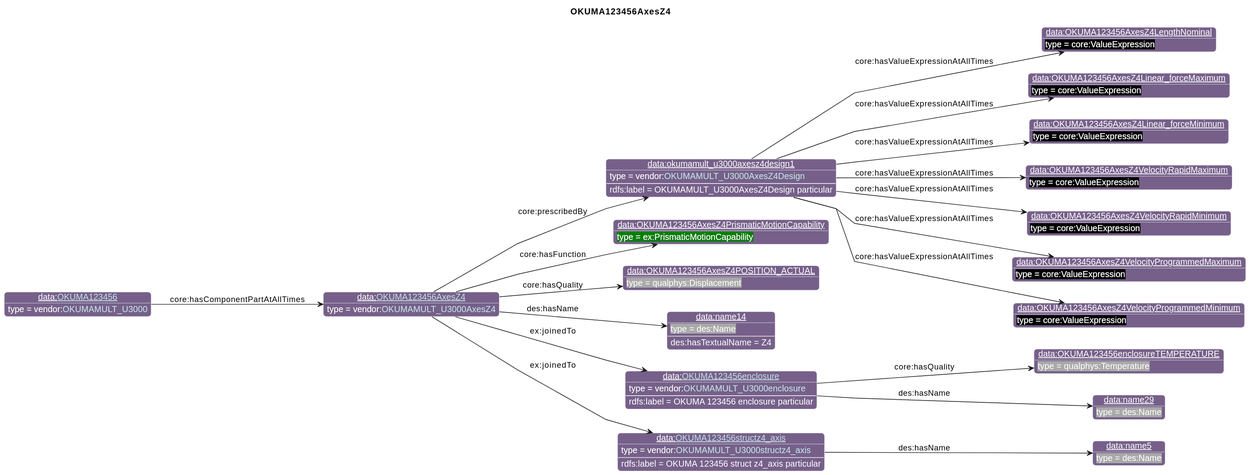
Above: diagrams/OKUMA123456AxesZ4.svg in iofoundry/example-syseng-mtconnect (PlantUML), before the change. Its diagram source:
```plantuml
@startuml
!include ../iof.iuml

<style>
object {
  HyperlinkColor #C4E1E6
}
</style>

left to right direction
skinparam linetype polyline
title OKUMA123456AxesZ4

!$default_direction = down

!$namespace_colors = { "bfo":"DFA702",
                      "iof":"1E90FF",
                      "ns":"Green",
                      "ns1":"76608A",
                      "core":"000000",
                      "ex":"Green",
                      "data":"76608A",
                      "vendor":"76608A",
                      "units":"8A2D3B",
                      "cmns-dsg":"3A0519",
                      "qp":"641B2E"
      }
individual(o0, data:[[./OKUMA123456AxesZ4.html OKUMA123456AxesZ4]], vendor:[[../OKUMA.html#OKUMAMULT_U3000AxesZ4 OKUMAMULT_U3000AxesZ4]])
individual(o1, data:okumamult_u3000axesz4design1, vendor:[[../OKUMA.html#OKUMAMULT_U3000AxesZ4Design OKUMAMULT_U3000AxesZ4Design]])
individual(o2, data:OKUMA123456AxesZ4LengthNominal, core:ValueExpression)
individual(o3, data:OKUMA123456AxesZ4Linear_forceMaximum, core:ValueExpression)
individual(o4, data:OKUMA123456AxesZ4Linear_forceMinimum, core:ValueExpression)
individual(o5, data:OKUMA123456AxesZ4VelocityRapidMaximum, core:ValueExpression)
individual(o6, data:OKUMA123456AxesZ4VelocityRapidMinimum, core:ValueExpression)
individual(o7, data:OKUMA123456AxesZ4VelocityProgrammedMaximum, core:ValueExpression)
individual(o8, data:OKUMA123456AxesZ4VelocityProgrammedMinimum, core:ValueExpression)
individual(o9, data:OKUMA123456AxesZ4PrismaticMotionCapability, ex:PrismaticMotionCapability)
individual(o10, data:OKUMA123456AxesZ4POSITION_ACTUAL, qualphys:Displacement)
individual(o11, data:name14, des:Name)
individual(o12, data:[[./OKUMA123456enclosure.html OKUMA123456enclosure]], vendor:[[../OKUMA.html#OKUMAMULT_U3000enclosure OKUMAMULT_U3000enclosure]])
individual(o13, data:OKUMA123456enclosureTEMPERATURE, qualphys:Temperature)
individual(o14, data:name29, des:Name)
individual(o15, data:[[./OKUMA123456structz4_axis.html OKUMA123456structz4_axis]], vendor:[[../OKUMA.html#OKUMAMULT_U3000structz4_axis OKUMAMULT_U3000structz4_axis]])
individual(o16, data:name5, des:Name)
individual(o17, data:[[./OKUMA123456.html OKUMA123456]], vendor:[[../OKUMA.html#OKUMAMULT_U3000 OKUMAMULT_U3000]])
property(o0, "core:prescribedBy", o1)
data(o1, "rdfs:label", "OKUMAMULT_U3000AxesZ4Design particular")
property(o1, "core:hasValueExpressionAtAllTimes", o2)
property(o1, "core:hasValueExpressionAtAllTimes", o3)
property(o1, "core:hasValueExpressionAtAllTimes", o4)
property(o1, "core:hasValueExpressionAtAllTimes", o5)
property(o1, "core:hasValueExpressionAtAllTimes", o6)
property(o1, "core:hasValueExpressionAtAllTimes", o7)
property(o1, "core:hasValueExpressionAtAllTimes", o8)
property(o0, "core:hasFunction", o9)
property(o0, "core:hasQuality", o10)
property(o0, "des:hasName", o11)
data(o11, "des:hasTextualName", "Z4")
property(o0, "ex:joinedTo", o12)
data(o12, "rdfs:label", "OKUMA 123456 enclosure particular")
property(o12, "core:hasQuality", o13)
property(o12, "des:hasName", o14)
property(o0, "ex:joinedTo", o15)
data(o15, "rdfs:label", "OKUMA 123456 struct z4_axis particular")
property(o15, "des:hasName", o16)
property(o17, "core:hasComponentPartAtAllTimes", o0)
@enduml
```
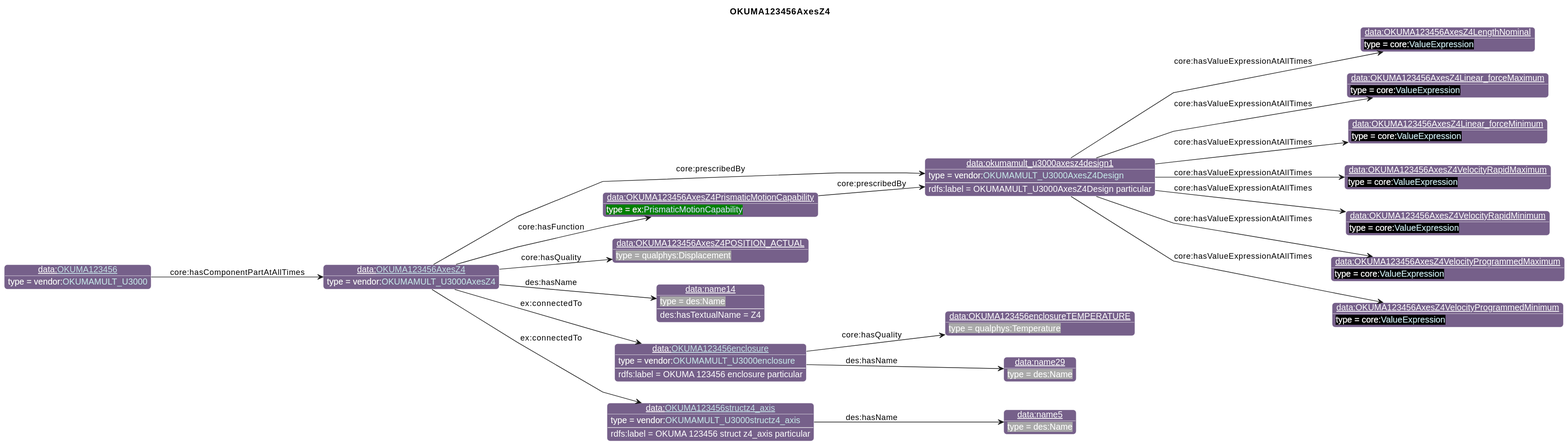
The same diagram one commit later.

The edit, as a diff of the source:
```diff
@@ -27,14 +27,14 @@
       }
 individual(o0, data:[[./OKUMA123456AxesZ4.html OKUMA123456AxesZ4]], vendor:[[../OKUMA.html#OKUMAMULT_U3000AxesZ4 OKUMAMULT_U3000AxesZ4]])
 individual(o1, data:okumamult_u3000axesz4design1, vendor:[[../OKUMA.html#OKUMAMULT_U3000AxesZ4Design OKUMAMULT_U3000AxesZ4Design]])
-individual(o2, data:OKUMA123456AxesZ4LengthNominal, core:ValueExpression)
-individual(o3, data:OKUMA123456AxesZ4Linear_forceMaximum, core:ValueExpression)
-individual(o4, data:OKUMA123456AxesZ4Linear_forceMinimum, core:ValueExpression)
-individual(o5, data:OKUMA123456AxesZ4VelocityRapidMaximum, core:ValueExpression)
-individual(o6, data:OKUMA123456AxesZ4VelocityRapidMinimum, core:ValueExpression)
-individual(o7, data:OKUMA123456AxesZ4VelocityProgrammedMaximum, core:ValueExpression)
-individual(o8, data:OKUMA123456AxesZ4VelocityProgrammedMinimum, core:ValueExpression)
-individual(o9, data:OKUMA123456AxesZ4PrismaticMotionCapability, ex:PrismaticMotionCapability)
+individual(o2, data:OKUMA123456AxesZ4LengthNominal, core:[[https://spec.industrialontologies.org/ontology/core/Core/ValueExpression ValueExpression]])
+individual(o3, data:OKUMA123456AxesZ4Linear_forceMaximum, core:[[https://spec.industrialontologies.org/ontology/core/Core/ValueExpression ValueExpression]])
+individual(o4, data:OKUMA123456AxesZ4Linear_forceMinimum, core:[[https://spec.industrialontologies.org/ontology/core/Core/ValueExpression ValueExpression]])
+individual(o5, data:OKUMA123456AxesZ4VelocityRapidMaximum, core:[[https://spec.industrialontologies.org/ontology/core/Core/ValueExpression ValueExpression]])
+individual(o6, data:OKUMA123456AxesZ4VelocityRapidMinimum, core:[[https://spec.industrialontologies.org/ontology/core/Core/ValueExpression ValueExpression]])
+individual(o7, data:OKUMA123456AxesZ4VelocityProgrammedMaximum, core:[[https://spec.industrialontologies.org/ontology/core/Core/ValueExpression ValueExpression]])
+individual(o8, data:OKUMA123456AxesZ4VelocityProgrammedMinimum, core:[[https://spec.industrialontologies.org/ontology/core/Core/ValueExpression ValueExpression]])
+individual(o9, data:OKUMA123456AxesZ4PrismaticMotionCapability, ex:[[../Example.html#PrismaticMotionCapability PrismaticMotionCapability]])
 individual(o10, data:OKUMA123456AxesZ4POSITION_ACTUAL, qualphys:Displacement)
 individual(o11, data:name14, des:Name)
 individual(o12, data:[[./OKUMA123456enclosure.html OKUMA123456enclosure]], vendor:[[../OKUMA.html#OKUMAMULT_U3000enclosure OKUMAMULT_U3000enclosure]])
@@ -53,14 +53,15 @@
 property(o1, "core:hasValueExpressionAtAllTimes", o7)
 property(o1, "core:hasValueExpressionAtAllTimes", o8)
 property(o0, "core:hasFunction", o9)
+property(o9, "core:prescribedBy", o1)
 property(o0, "core:hasQuality", o10)
 property(o0, "des:hasName", o11)
 data(o11, "des:hasTextualName", "Z4")
-property(o0, "ex:joinedTo", o12)
+property(o0, "ex:connectedTo", o12)
 data(o12, "rdfs:label", "OKUMA 123456 enclosure particular")
 property(o12, "core:hasQuality", o13)
 property(o12, "des:hasName", o14)
-property(o0, "ex:joinedTo", o15)
+property(o0, "ex:connectedTo", o15)
 data(o15, "rdfs:label", "OKUMA 123456 struct z4_axis particular")
 property(o15, "des:hasName", o16)
 property(o17, "core:hasComponentPartAtAllTimes", o0)
```
